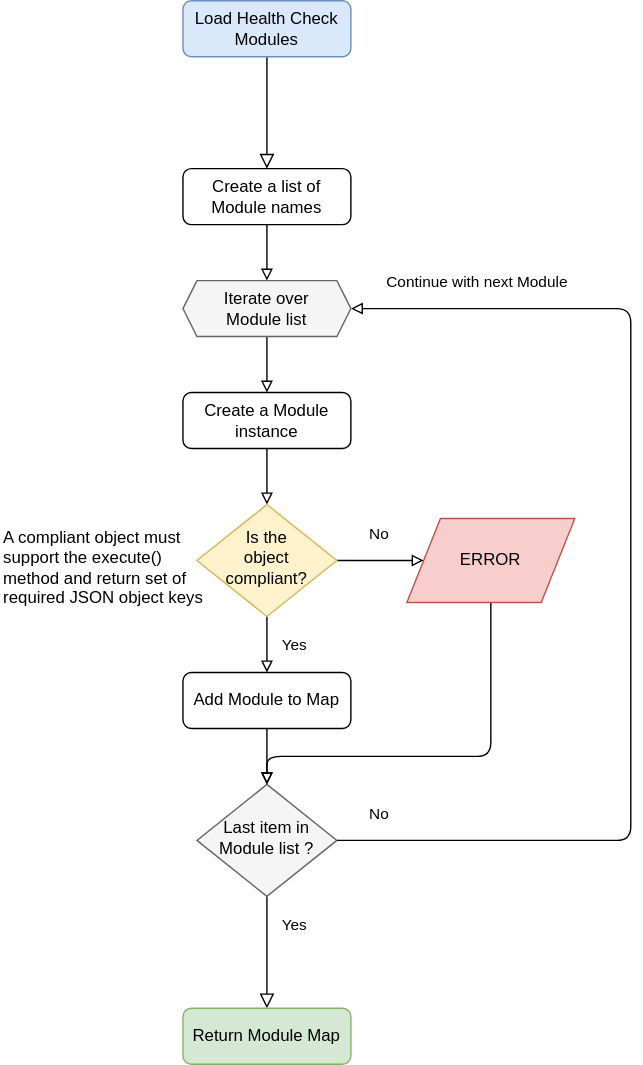
Earlier version of the draw.io export docs/images/flowchart.svg (jefeish/ghec-health-checks). Source tidied: cells renumbered, new cells last; positions are measured from the earlier drawing's top-left corner, leaving out a move shared by most shapes.
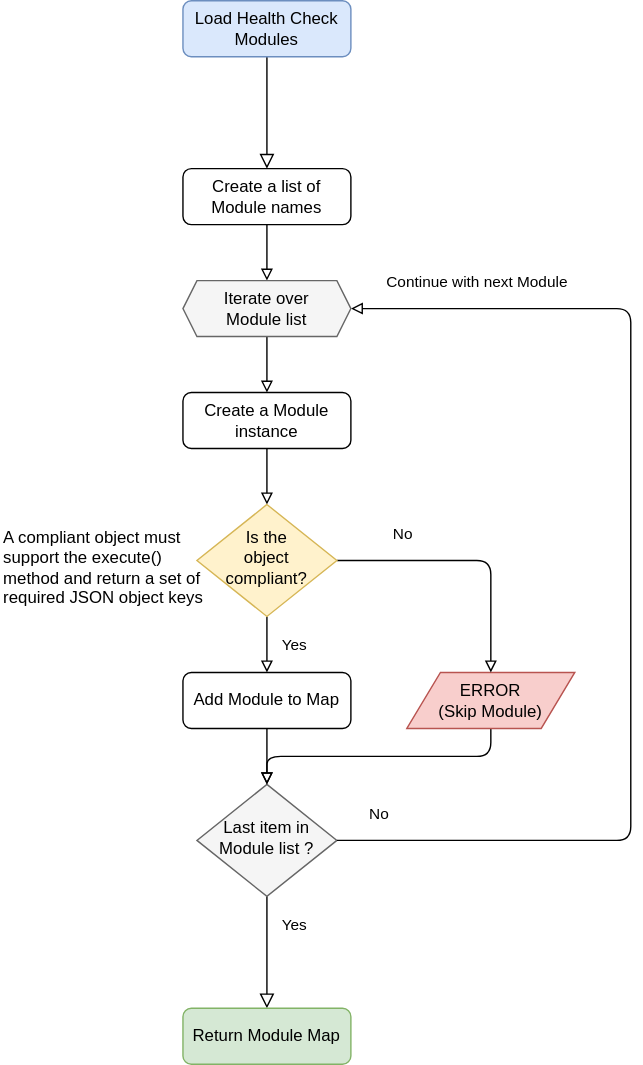
After the change.

Change to the diagram source:
```diff
@@ -56,10 +56,10 @@
         </Array>
       </mxGeometry>
     </mxCell>
-    <mxCell id="15" value="ERROR" style="shape=parallelogram;perimeter=parallelogramPerimeter;whiteSpace=wrap;html=1;fillColor=#f8cecc;strokeColor=#b85450;" parent="1" vertex="1">
-      <mxGeometry x="290" y="370" width="120" height="60" as="geometry" />
+    <mxCell id="15" value="ERROR&lt;br&gt;(Skip Module)" style="shape=parallelogram;perimeter=parallelogramPerimeter;whiteSpace=wrap;html=1;fillColor=#f8cecc;strokeColor=#b85450;" parent="1" vertex="1">
+      <mxGeometry x="290" y="480" width="120" height="40" as="geometry" />
     </mxCell>
-    <mxCell id="16" style="edgeStyle=orthogonalEdgeStyle;rounded=0;jettySize=auto;html=1;endArrow=block;endFill=0;entryX=0;entryY=0.5;entryDx=0;entryDy=0;" parent="1" edge="1" source="19" target="15">
+    <mxCell id="16" style="edgeStyle=orthogonalEdgeStyle;rounded=1;jettySize=auto;html=1;endArrow=block;endFill=0;entryX=0.5;entryY=0;entryDx=0;entryDy=0;" parent="1" edge="1" source="19" target="15">
       <mxGeometry relative="1" as="geometry" />
     </mxCell>
     <mxCell id="17" value="No" style="edgeLabel;align=center;verticalAlign=middle;labelBackgroundColor=none;" parent="16" vertex="1">
@@ -79,7 +79,7 @@
     <mxCell id="21" value="Add Module to Map" style="rounded=1;whiteSpace=wrap;html=1;fontSize=12;glass=0;strokeWidth=1;shadow=0;" parent="1" vertex="1">
       <mxGeometry x="130" y="480" width="120" height="40" as="geometry" />
     </mxCell>
-    <mxCell id="22" value="A compliant object must support the execute() method and return set of required JSON object keys" style="text;strokeColor=none;fillColor=none;align=left;verticalAlign=top;whiteSpace=wrap;rounded=0;" parent="1" vertex="1">
+    <mxCell id="22" value="A compliant object must support the execute() method and return a set of required JSON object keys" style="text;strokeColor=none;fillColor=none;align=left;verticalAlign=top;whiteSpace=wrap;rounded=0;" parent="1" vertex="1">
       <mxGeometry y="370" width="150" height="80" as="geometry" />
     </mxCell>
     <mxCell id="23" style="edgeStyle=none;html=1;entryX=0.5;entryY=0;entryDx=0;entryDy=0;endArrow=block;endFill=0;" parent="1" edge="1" source="24" target="10">
```
